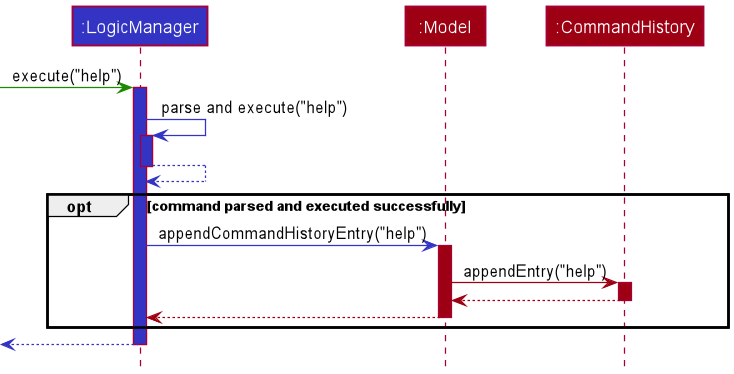
This is docs/images/commandhistory/CmdHistUpdateSequenceDiagram.png from nus-cs2103-AY2021S2/tp, a PlantUML export, as it was before one commit.
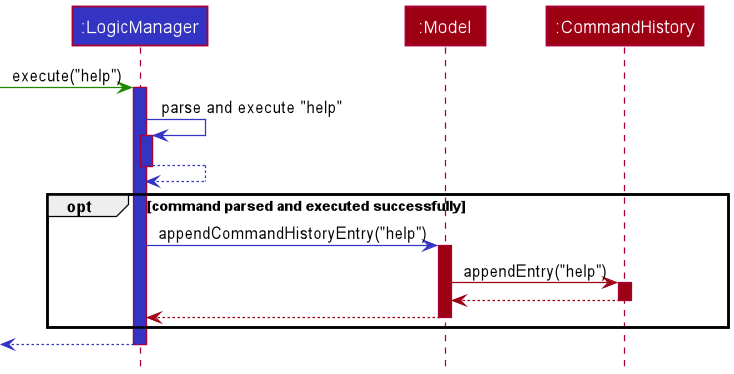
The same diagram one commit later.

Commit message:
Docs(DG): Update command history sequence diagram

Change to the diagram source:
```diff
@@ -8,7 +8,7 @@
 -[UI_COLOR]> logic : execute("help")
 activate logic LOGIC_COLOR
 
-logic -[LOGIC_COLOR]> logic : parse and execute("help")
+logic -[LOGIC_COLOR]> logic : parse and execute "help"
 activate logic LOGIC_COLOR
 
 logic -[LOGIC_COLOR]-> logic
```
